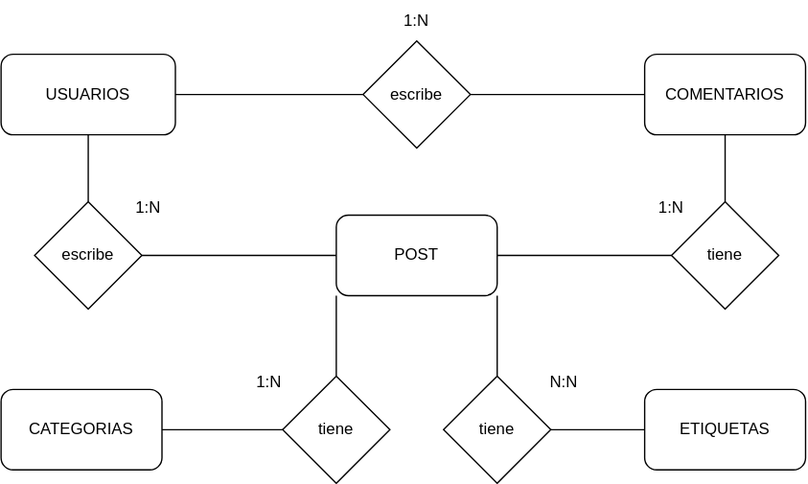
ArielMakerLabPy/hyperblog keeps this draw.io diagram as DataAnalyst/SQL.drawio.svg. Above is the earlier version. Source tidied: cells renumbered, new cells last; positions are measured from the earlier drawing's top-left corner, leaving out a move shared by most shapes. The source it was exported from:
```xml
<mxGraphModel>
  <root>
    <mxCell id="0" />
    <mxCell id="1" parent="0" />
    <mxCell id="2" value="POST" style="rounded=1;whiteSpace=wrap;html=1;" parent="1" vertex="1">
      <mxGeometry x="250" y="160" width="120" height="60" as="geometry" />
    </mxCell>
    <mxCell id="3" value="USUARIOS" style="rounded=1;whiteSpace=wrap;html=1;" parent="1" vertex="1">
      <mxGeometry y="40" width="130" height="60" as="geometry" />
    </mxCell>
    <mxCell id="4" value="COMENTARIOS" style="rounded=1;whiteSpace=wrap;html=1;" parent="1" vertex="1">
      <mxGeometry x="480" y="40" width="120" height="60" as="geometry" />
    </mxCell>
    <mxCell id="5" value="ETIQUETAS" style="rounded=1;whiteSpace=wrap;html=1;" parent="1" vertex="1">
      <mxGeometry x="480" y="290" width="120" height="60" as="geometry" />
    </mxCell>
    <mxCell id="6" value="CATEGORIAS" style="rounded=1;whiteSpace=wrap;html=1;" parent="1" vertex="1">
      <mxGeometry y="290" width="120" height="60" as="geometry" />
    </mxCell>
    <mxCell id="7" value="escribe" style="rhombus;whiteSpace=wrap;html=1;" parent="1" vertex="1">
      <mxGeometry x="270" y="30" width="80" height="80" as="geometry" />
    </mxCell>
    <mxCell id="8" value="escribe" style="rhombus;whiteSpace=wrap;html=1;" parent="1" vertex="1">
      <mxGeometry x="25" y="150" width="80" height="80" as="geometry" />
    </mxCell>
    <mxCell id="9" value="tiene" style="rhombus;whiteSpace=wrap;html=1;" parent="1" vertex="1">
      <mxGeometry x="210" y="280" width="80" height="80" as="geometry" />
    </mxCell>
    <mxCell id="10" value="tiene" style="rhombus;whiteSpace=wrap;html=1;" parent="1" vertex="1">
      <mxGeometry x="330" y="280" width="80" height="80" as="geometry" />
    </mxCell>
    <mxCell id="11" value="tiene" style="rhombus;whiteSpace=wrap;html=1;" parent="1" vertex="1">
      <mxGeometry x="500" y="150" width="80" height="80" as="geometry" />
    </mxCell>
    <mxCell id="12" style="endArrow=none;html=1;exitX=1;exitY=0.5;exitDx=0;exitDy=0;entryX=0;entryY=0.5;entryDx=0;entryDy=0;" parent="1" edge="1" source="3" target="7">
      <mxGeometry relative="1" as="geometry" />
    </mxCell>
    <mxCell id="13" style="endArrow=none;html=1;exitX=1;exitY=0.5;exitDx=0;exitDy=0;entryX=0;entryY=0.5;entryDx=0;entryDy=0;" parent="1" edge="1" source="7" target="4">
      <mxGeometry relative="1" as="geometry" />
    </mxCell>
    <mxCell id="14" value="1:N" style="text;html=1;strokeColor=none;fillColor=none;align=center;verticalAlign=middle;whiteSpace=wrap;rounded=0;" parent="1" vertex="1">
      <mxGeometry x="280" width="60" height="30" as="geometry" />
    </mxCell>
    <mxCell id="15" style="endArrow=none;html=1;entryX=0.5;entryY=1;entryDx=0;entryDy=0;exitX=0.5;exitY=0;exitDx=0;exitDy=0;" parent="1" edge="1" source="8" target="3">
      <mxGeometry relative="1" as="geometry" />
    </mxCell>
    <mxCell id="16" style="endArrow=none;html=1;exitX=1;exitY=0.5;exitDx=0;exitDy=0;entryX=0;entryY=0.5;entryDx=0;entryDy=0;" parent="1" edge="1" source="8" target="2">
      <mxGeometry relative="1" as="geometry" />
    </mxCell>
    <mxCell id="17" value="1:N" style="text;html=1;strokeColor=none;fillColor=none;align=center;verticalAlign=middle;whiteSpace=wrap;rounded=0;" parent="1" vertex="1">
      <mxGeometry x="80" y="140" width="60" height="30" as="geometry" />
    </mxCell>
    <mxCell id="18" style="endArrow=none;html=1;exitX=1;exitY=0.5;exitDx=0;exitDy=0;entryX=0;entryY=0.5;entryDx=0;entryDy=0;" parent="1" edge="1" source="2" target="11">
      <mxGeometry relative="1" as="geometry" />
    </mxCell>
    <mxCell id="19" style="endArrow=none;html=1;entryX=0.5;entryY=1;entryDx=0;entryDy=0;exitX=0.5;exitY=0;exitDx=0;exitDy=0;" parent="1" edge="1" source="11" target="4">
      <mxGeometry relative="1" as="geometry" />
    </mxCell>
    <mxCell id="20" value="1:N" style="text;html=1;strokeColor=none;fillColor=none;align=center;verticalAlign=middle;whiteSpace=wrap;rounded=0;" parent="1" vertex="1">
      <mxGeometry x="470" y="140" width="60" height="30" as="geometry" />
    </mxCell>
    <mxCell id="21" style="endArrow=none;html=1;exitX=0.5;exitY=0;exitDx=0;exitDy=0;entryX=0;entryY=1;entryDx=0;entryDy=0;" parent="1" edge="1" source="9" target="2">
      <mxGeometry relative="1" as="geometry" />
    </mxCell>
    <mxCell id="22" style="endArrow=none;html=1;exitX=0.5;exitY=0;exitDx=0;exitDy=0;entryX=1;entryY=1;entryDx=0;entryDy=0;" parent="1" edge="1" source="10" target="2">
      <mxGeometry relative="1" as="geometry" />
    </mxCell>
    <mxCell id="23" style="endArrow=none;html=1;exitX=1;exitY=0.5;exitDx=0;exitDy=0;entryX=0;entryY=0.5;entryDx=0;entryDy=0;" parent="1" edge="1" source="6" target="9">
      <mxGeometry relative="1" as="geometry" />
    </mxCell>
    <mxCell id="24" style="endArrow=none;html=1;exitX=0;exitY=0.5;exitDx=0;exitDy=0;entryX=1;entryY=0.5;entryDx=0;entryDy=0;" parent="1" edge="1" source="5" target="10">
      <mxGeometry relative="1" as="geometry" />
    </mxCell>
    <mxCell id="25" value="1:N" style="text;html=1;strokeColor=none;fillColor=none;align=center;verticalAlign=middle;whiteSpace=wrap;rounded=0;" parent="1" vertex="1">
      <mxGeometry x="170" y="270" width="60" height="30" as="geometry" />
    </mxCell>
    <mxCell id="26" value="N:N" style="text;html=1;strokeColor=none;fillColor=none;align=center;verticalAlign=middle;whiteSpace=wrap;rounded=0;" parent="1" vertex="1">
      <mxGeometry x="390" y="270" width="60" height="30" as="geometry" />
    </mxCell>
  </root>
</mxGraphModel>
```
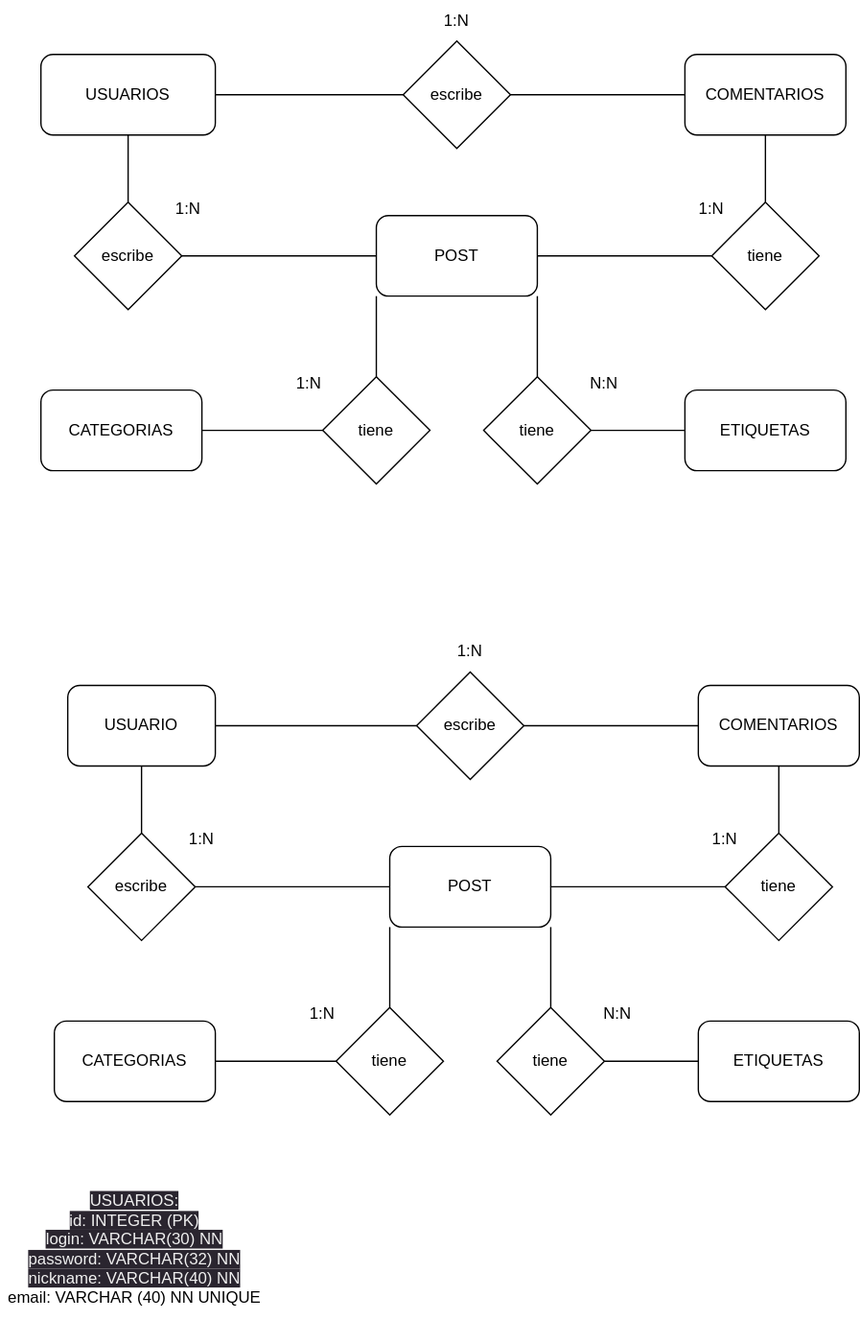
After the change.

Commit message:
Diagrama físico

Diff of the diagram source:
```diff
@@ -77,5 +77,83 @@
     <mxCell id="26" value="N:N" style="text;html=1;strokeColor=none;fillColor=none;align=center;verticalAlign=middle;whiteSpace=wrap;rounded=0;" parent="1" vertex="1">
       <mxGeometry x="390" y="270" width="60" height="30" as="geometry" />
     </mxCell>
+    <mxCell id="27" value="POST" style="rounded=1;whiteSpace=wrap;html=1;" parent="1" vertex="1">
+      <mxGeometry x="260" y="630" width="120" height="60" as="geometry" />
+    </mxCell>
+    <mxCell id="28" value="USUARIO" style="rounded=1;whiteSpace=wrap;html=1;" parent="1" vertex="1">
+      <mxGeometry x="20" y="510" width="110" height="60" as="geometry" />
+    </mxCell>
+    <mxCell id="29" value="COMENTARIOS" style="rounded=1;whiteSpace=wrap;html=1;" parent="1" vertex="1">
+      <mxGeometry x="490" y="510" width="120" height="60" as="geometry" />
+    </mxCell>
+    <mxCell id="30" value="ETIQUETAS" style="rounded=1;whiteSpace=wrap;html=1;" parent="1" vertex="1">
+      <mxGeometry x="490" y="760" width="120" height="60" as="geometry" />
+    </mxCell>
+    <mxCell id="31" value="CATEGORIAS" style="rounded=1;whiteSpace=wrap;html=1;" parent="1" vertex="1">
+      <mxGeometry x="10" y="760" width="120" height="60" as="geometry" />
+    </mxCell>
+    <mxCell id="32" value="escribe" style="rhombus;whiteSpace=wrap;html=1;" parent="1" vertex="1">
+      <mxGeometry x="280" y="500" width="80" height="80" as="geometry" />
+    </mxCell>
+    <mxCell id="33" value="escribe" style="rhombus;whiteSpace=wrap;html=1;" parent="1" vertex="1">
+      <mxGeometry x="35" y="620" width="80" height="80" as="geometry" />
+    </mxCell>
+    <mxCell id="34" value="tiene" style="rhombus;whiteSpace=wrap;html=1;" parent="1" vertex="1">
+      <mxGeometry x="220" y="750" width="80" height="80" as="geometry" />
+    </mxCell>
+    <mxCell id="35" value="tiene" style="rhombus;whiteSpace=wrap;html=1;" parent="1" vertex="1">
+      <mxGeometry x="340" y="750" width="80" height="80" as="geometry" />
+    </mxCell>
+    <mxCell id="36" value="tiene" style="rhombus;whiteSpace=wrap;html=1;" parent="1" vertex="1">
+      <mxGeometry x="510" y="620" width="80" height="80" as="geometry" />
+    </mxCell>
+    <mxCell id="37" style="endArrow=none;html=1;exitX=1;exitY=0.5;exitDx=0;exitDy=0;entryX=0;entryY=0.5;entryDx=0;entryDy=0;" parent="1" edge="1" source="28" target="32">
+      <mxGeometry relative="1" as="geometry" />
+    </mxCell>
+    <mxCell id="38" style="endArrow=none;html=1;exitX=1;exitY=0.5;exitDx=0;exitDy=0;entryX=0;entryY=0.5;entryDx=0;entryDy=0;" parent="1" edge="1" source="32" target="29">
+      <mxGeometry relative="1" as="geometry" />
+    </mxCell>
+    <mxCell id="39" value="1:N" style="text;html=1;strokeColor=none;fillColor=none;align=center;verticalAlign=middle;whiteSpace=wrap;rounded=0;" parent="1" vertex="1">
+      <mxGeometry x="290" y="470" width="60" height="30" as="geometry" />
+    </mxCell>
+    <mxCell id="40" style="endArrow=none;html=1;entryX=0.5;entryY=1;entryDx=0;entryDy=0;exitX=0.5;exitY=0;exitDx=0;exitDy=0;" parent="1" edge="1" source="33" target="28">
+      <mxGeometry relative="1" as="geometry" />
+    </mxCell>
+    <mxCell id="41" style="endArrow=none;html=1;exitX=1;exitY=0.5;exitDx=0;exitDy=0;entryX=0;entryY=0.5;entryDx=0;entryDy=0;" parent="1" edge="1" source="33" target="27">
+      <mxGeometry relative="1" as="geometry" />
+    </mxCell>
+    <mxCell id="42" value="1:N" style="text;html=1;strokeColor=none;fillColor=none;align=center;verticalAlign=middle;whiteSpace=wrap;rounded=0;" parent="1" vertex="1">
+      <mxGeometry x="90" y="610" width="60" height="30" as="geometry" />
+    </mxCell>
+    <mxCell id="43" style="endArrow=none;html=1;exitX=1;exitY=0.5;exitDx=0;exitDy=0;entryX=0;entryY=0.5;entryDx=0;entryDy=0;" parent="1" edge="1" source="27" target="36">
+      <mxGeometry relative="1" as="geometry" />
+    </mxCell>
+    <mxCell id="44" style="endArrow=none;html=1;entryX=0.5;entryY=1;entryDx=0;entryDy=0;exitX=0.5;exitY=0;exitDx=0;exitDy=0;" parent="1" edge="1" source="36" target="29">
+      <mxGeometry relative="1" as="geometry" />
+    </mxCell>
+    <mxCell id="45" value="1:N" style="text;html=1;strokeColor=none;fillColor=none;align=center;verticalAlign=middle;whiteSpace=wrap;rounded=0;" parent="1" vertex="1">
+      <mxGeometry x="480" y="610" width="60" height="30" as="geometry" />
+    </mxCell>
+    <mxCell id="46" style="endArrow=none;html=1;exitX=0.5;exitY=0;exitDx=0;exitDy=0;entryX=0;entryY=1;entryDx=0;entryDy=0;" parent="1" edge="1" source="34" target="27">
+      <mxGeometry relative="1" as="geometry" />
+    </mxCell>
+    <mxCell id="47" style="endArrow=none;html=1;exitX=0.5;exitY=0;exitDx=0;exitDy=0;entryX=1;entryY=1;entryDx=0;entryDy=0;" parent="1" edge="1" source="35" target="27">
+      <mxGeometry relative="1" as="geometry" />
+    </mxCell>
+    <mxCell id="48" style="endArrow=none;html=1;exitX=1;exitY=0.5;exitDx=0;exitDy=0;entryX=0;entryY=0.5;entryDx=0;entryDy=0;" parent="1" edge="1" source="31" target="34">
+      <mxGeometry relative="1" as="geometry" />
+    </mxCell>
+    <mxCell id="49" style="endArrow=none;html=1;exitX=0;exitY=0.5;exitDx=0;exitDy=0;entryX=1;entryY=0.5;entryDx=0;entryDy=0;" parent="1" edge="1" source="30" target="35">
+      <mxGeometry relative="1" as="geometry" />
+    </mxCell>
+    <mxCell id="50" value="1:N" style="text;html=1;strokeColor=none;fillColor=none;align=center;verticalAlign=middle;whiteSpace=wrap;rounded=0;" parent="1" vertex="1">
+      <mxGeometry x="180" y="740" width="60" height="30" as="geometry" />
+    </mxCell>
+    <mxCell id="51" value="N:N" style="text;html=1;strokeColor=none;fillColor=none;align=center;verticalAlign=middle;whiteSpace=wrap;rounded=0;" parent="1" vertex="1">
+      <mxGeometry x="400" y="740" width="60" height="30" as="geometry" />
+    </mxCell>
+    <mxCell id="52" value="&lt;span style=&quot;color: rgb(240, 240, 240); font-family: Helvetica; font-size: 12px; font-style: normal; font-variant-ligatures: normal; font-variant-caps: normal; font-weight: 400; letter-spacing: normal; orphans: 2; text-indent: 0px; text-transform: none; widows: 2; word-spacing: 0px; -webkit-text-stroke-width: 0px; background-color: rgb(42, 37, 47); text-decoration-thickness: initial; text-decoration-style: initial; text-decoration-color: initial; float: none; display: inline !important;&quot;&gt;USUARIOS:&lt;/span&gt;&lt;br style=&quot;border-color: rgb(0, 0, 0); color: rgb(240, 240, 240); font-family: Helvetica; font-size: 12px; font-style: normal; font-variant-ligatures: normal; font-variant-caps: normal; font-weight: 400; letter-spacing: normal; orphans: 2; text-indent: 0px; text-transform: none; widows: 2; word-spacing: 0px; -webkit-text-stroke-width: 0px; background-color: rgb(42, 37, 47); text-decoration-thickness: initial; text-decoration-style: initial; text-decoration-color: initial;&quot;&gt;&lt;span style=&quot;color: rgb(240, 240, 240); font-family: Helvetica; font-size: 12px; font-style: normal; font-variant-ligatures: normal; font-variant-caps: normal; font-weight: 400; letter-spacing: normal; orphans: 2; text-indent: 0px; text-transform: none; widows: 2; word-spacing: 0px; -webkit-text-stroke-width: 0px; background-color: rgb(42, 37, 47); text-decoration-thickness: initial; text-decoration-style: initial; text-decoration-color: initial; float: none; display: inline !important;&quot;&gt;id: INTEGER (PK)&lt;/span&gt;&lt;br style=&quot;border-color: rgb(0, 0, 0); color: rgb(240, 240, 240); font-family: Helvetica; font-size: 12px; font-style: normal; font-variant-ligatures: normal; font-variant-caps: normal; font-weight: 400; letter-spacing: normal; orphans: 2; text-indent: 0px; text-transform: none; widows: 2; word-spacing: 0px; -webkit-text-stroke-width: 0px; background-color: rgb(42, 37, 47); text-decoration-thickness: initial; text-decoration-style: initial; text-decoration-color: initial;&quot;&gt;&lt;span style=&quot;color: rgb(240, 240, 240); font-family: Helvetica; font-size: 12px; font-style: normal; font-variant-ligatures: normal; font-variant-caps: normal; font-weight: 400; letter-spacing: normal; orphans: 2; text-indent: 0px; text-transform: none; widows: 2; word-spacing: 0px; -webkit-text-stroke-width: 0px; background-color: rgb(42, 37, 47); text-decoration-thickness: initial; text-decoration-style: initial; text-decoration-color: initial; float: none; display: inline !important;&quot;&gt;login: VARCHAR(30) NN&lt;/span&gt;&lt;br style=&quot;border-color: rgb(0, 0, 0); color: rgb(240, 240, 240); font-family: Helvetica; font-size: 12px; font-style: normal; font-variant-ligatures: normal; font-variant-caps: normal; font-weight: 400; letter-spacing: normal; orphans: 2; text-indent: 0px; text-transform: none; widows: 2; word-spacing: 0px; -webkit-text-stroke-width: 0px; background-color: rgb(42, 37, 47); text-decoration-thickness: initial; text-decoration-style: initial; text-decoration-color: initial;&quot;&gt;&lt;span style=&quot;color: rgb(240, 240, 240); font-family: Helvetica; font-size: 12px; font-style: normal; font-variant-ligatures: normal; font-variant-caps: normal; font-weight: 400; letter-spacing: normal; orphans: 2; text-indent: 0px; text-transform: none; widows: 2; word-spacing: 0px; -webkit-text-stroke-width: 0px; background-color: rgb(42, 37, 47); text-decoration-thickness: initial; text-decoration-style: initial; text-decoration-color: initial; float: none; display: inline !important;&quot;&gt;password: VARCHAR(32) NN&lt;br&gt;nickname: VARCHAR(40) NN&lt;br&gt;&lt;/span&gt;email: VARCHAR (40) NN UNIQUE" style="text;html=1;strokeColor=none;fillColor=none;spacing=5;spacingTop=-20;whiteSpace=wrap;overflow=hidden;rounded=0;align=center;horizontal=1;verticalAlign=middle;" parent="1" vertex="1">
+      <mxGeometry x="-30" y="880" width="200" height="120" as="geometry" />
+    </mxCell>
   </root>
 </mxGraphModel>
```
